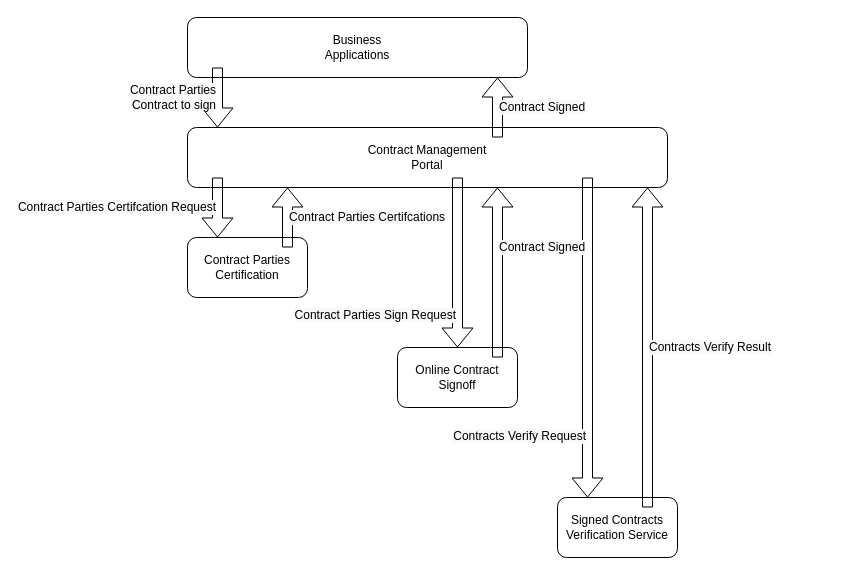
The draw.io diagram online contract management.drawio in LinhaiShen/draw.io, before the edit. Source tidied: cells renumbered, new cells numbered last; positions are measured from the earlier drawing's top-left corner, leaving out a move shared by most shapes. Both pictures are drawn from the tidied source at 100%, with x=0, y=0 at pixel (187, 17).
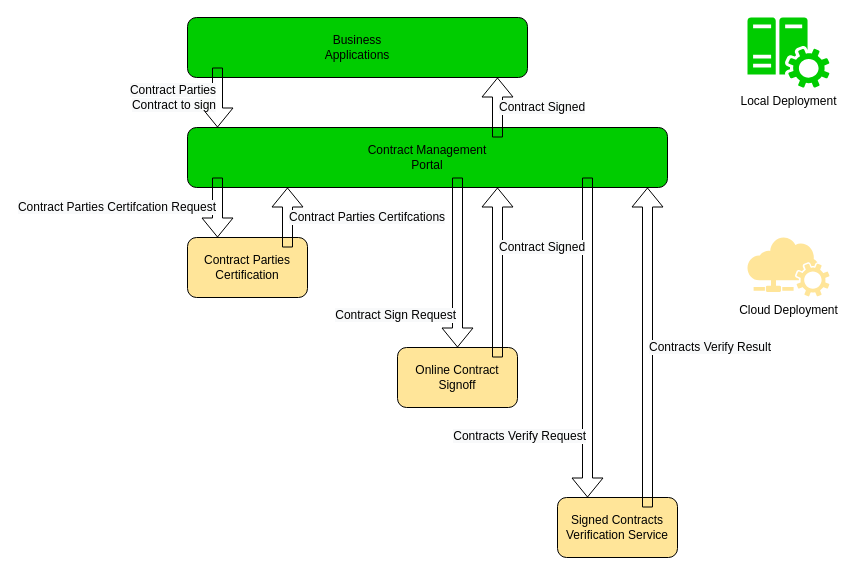
The same diagram, later.

Diff of the diagram source:
```diff
@@
-    <mxCell id="2" value="Business&lt;br&gt;Applications" style="rounded=1;whiteSpace=wrap;html=1;fillColor=#ffffff;" parent="1" vertex="1">
+    <mxCell id="2" value="Business&lt;br&gt;Applications" style="rounded=1;whiteSpace=wrap;html=1;fillColor=#00CC00;strokeColor=default;" parent="1" vertex="1">
       <mxGeometry width="340" height="60" as="geometry" />
     </mxCell>
-    <mxCell id="3" value="Contract Management&lt;br&gt;Portal" style="rounded=1;whiteSpace=wrap;html=1;fillColor=#ffffff;" parent="1" vertex="1">
+    <mxCell id="3" value="Contract Management&lt;br&gt;Portal" style="rounded=1;whiteSpace=wrap;html=1;fillColor=#00CC00;strokeColor=default;" parent="1" vertex="1">
       <mxGeometry y="110" width="480" height="60" as="geometry" />
     </mxCell>
-    <mxCell id="4" value="Contract Parties&lt;br&gt;Certification" style="rounded=1;whiteSpace=wrap;html=1;fillColor=#ffffff;" parent="1" vertex="1">
+    <mxCell id="4" value="Contract Parties&lt;br&gt;Certification" style="rounded=1;whiteSpace=wrap;html=1;fillColor=#FFE599;" parent="1" vertex="1">
       <mxGeometry y="220" width="120" height="60" as="geometry" />
     </mxCell>
-    <mxCell id="5" value="Online Contract&lt;br&gt;Signoff" style="rounded=1;whiteSpace=wrap;html=1;fillColor=#ffffff;" parent="1" vertex="1">
+    <mxCell id="5" value="Online Contract&lt;br&gt;Signoff" style="rounded=1;whiteSpace=wrap;html=1;fillColor=#FFE599;" parent="1" vertex="1">
       <mxGeometry x="210" y="330" width="120" height="60" as="geometry" />
     </mxCell>
-    <mxCell id="6" value="Signed Contracts&lt;br&gt;Verification Service" style="rounded=1;whiteSpace=wrap;html=1;fillColor=#ffffff;" parent="1" vertex="1">
+    <mxCell id="6" value="Signed Contracts&lt;br&gt;Verification Service" style="rounded=1;whiteSpace=wrap;html=1;fillColor=#FFE599;" parent="1" vertex="1">
       <mxGeometry x="370" y="480" width="120" height="60" as="geometry" />
     </mxCell>
@@
-    <mxCell id="10" value="&lt;span style=&quot;font-size: 12px ; background-color: rgb(248 , 249 , 250)&quot;&gt;Contract Parties Sign Request&lt;br&gt;&lt;/span&gt;" style="shape=flexArrow;endArrow=classic;html=1;rounded=0;labelPosition=left;verticalLabelPosition=middle;align=right;verticalAlign=middle;entryX=0.5;entryY=0;entryDx=0;entryDy=0;" parent="1" edge="1" target="5">
+    <mxCell id="10" value="&lt;span style=&quot;font-size: 12px ; background-color: rgb(248 , 249 , 250)&quot;&gt;Contract Sign Request&lt;br&gt;&lt;/span&gt;" style="shape=flexArrow;endArrow=classic;html=1;rounded=0;labelPosition=left;verticalLabelPosition=middle;align=right;verticalAlign=middle;entryX=0.5;entryY=0;entryDx=0;entryDy=0;" parent="1" edge="1" target="5">
       <mxGeometry x="0.62" relative="1" as="geometry">
         <mxPoint x="270" y="160" as="sourcePoint" />
       </mxGeometry>
     </mxCell>
@@
+    <mxCell id="15" value="Cloud Deployment" style="sketch=0;shadow=0;dashed=0;html=1;labelPosition=center;verticalLabelPosition=bottom;verticalAlign=top;align=center;shape=mxgraph.mscae.intune.intune_connector;fillColor=#FFE599;strokeColor=none;" parent="1" vertex="1">
+      <mxGeometry x="560" y="220" width="82" height="59" as="geometry" />
+    </mxCell>
+    <mxCell id="16" value="Local Deployment" style="sketch=0;shadow=0;dashed=0;html=1;strokeColor=none;labelPosition=center;verticalLabelPosition=bottom;verticalAlign=top;align=center;fillColor=#00CC00;shape=mxgraph.mscae.oms.config_assessment;" parent="1" vertex="1">
+      <mxGeometry x="560" width="82" height="70.3" as="geometry" />
+    </mxCell>
```
